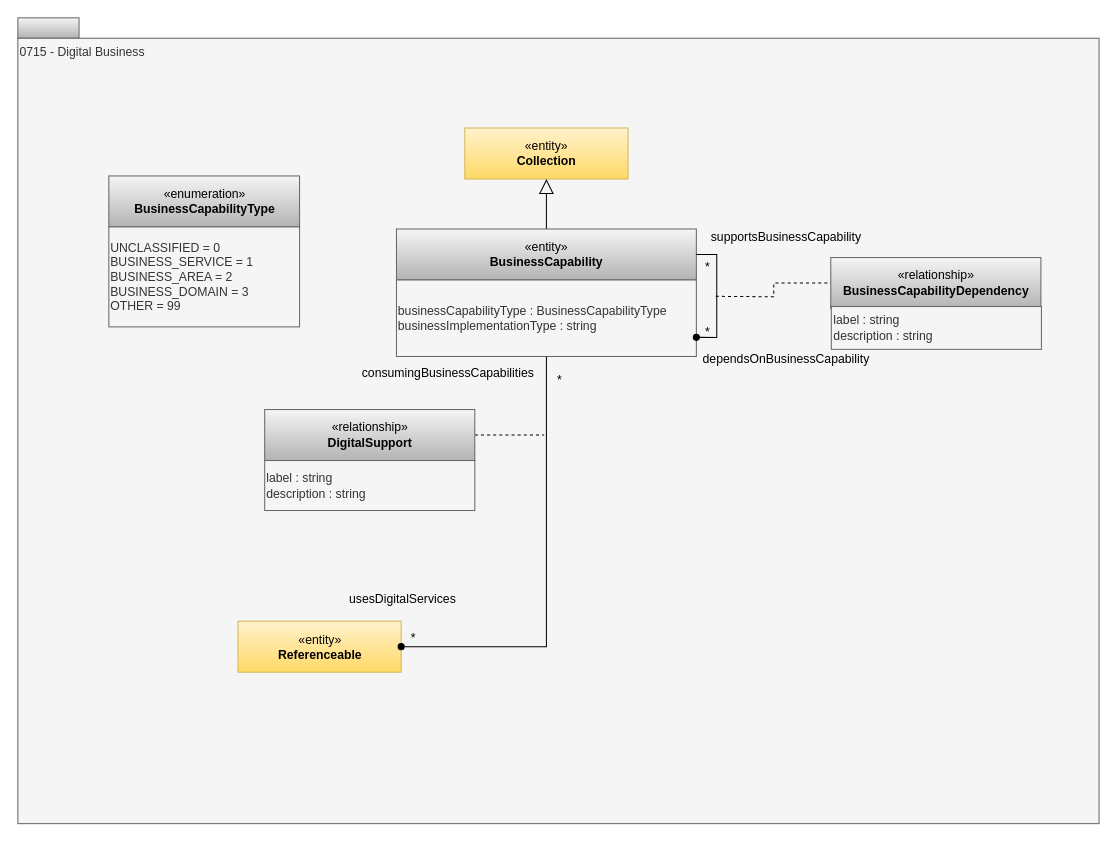
odpi/egeria-docs keeps this draw.io diagram as page "0715-Digital-Business" (6 of 20) of site/docs/types/7/area-7-lineage.drawio. Above is the earlier version. Source tidied: cells renumbered, new cells numbered last; positions are measured from the earlier drawing's top-left corner, leaving out a move shared by most shapes. Both pictures are drawn from the tidied source at 102%, with x=0, y=0 at pixel (17, 17).
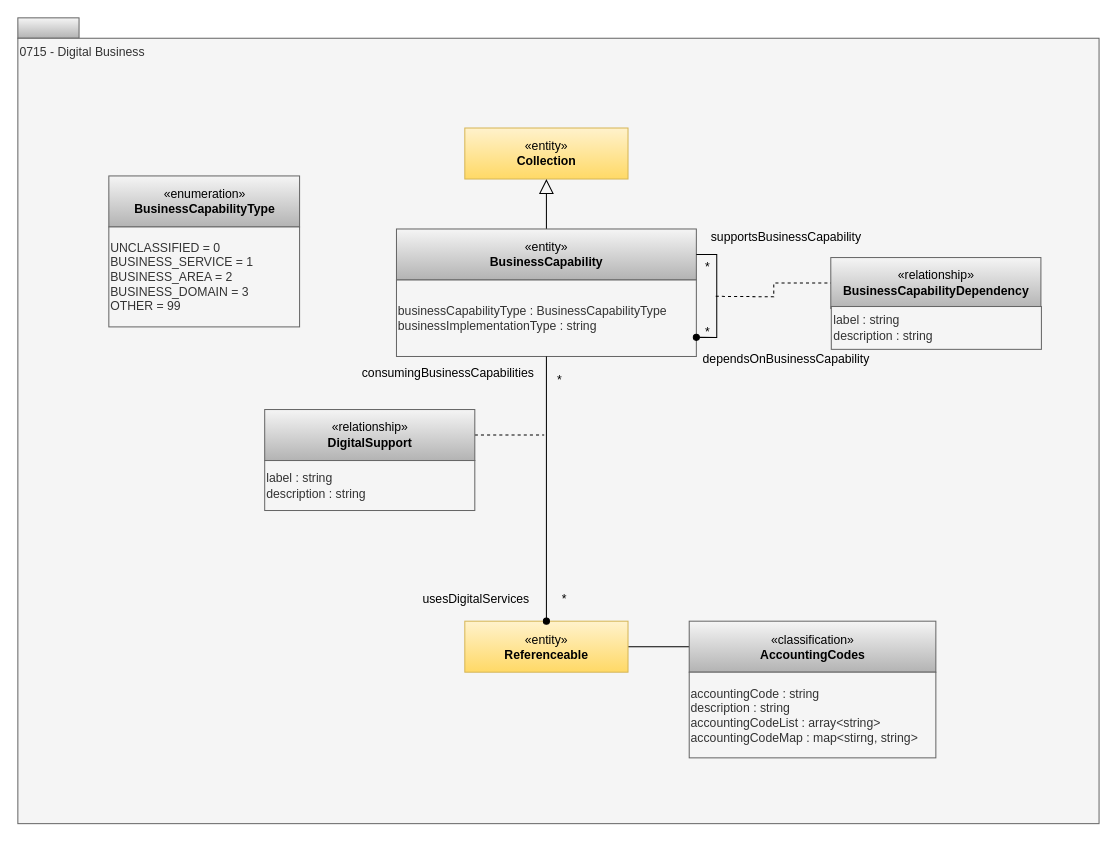
The same page after the edit.

The change refers to these unchanged cells:
```xml
<mxCell id="7" value="businessCapabilityType : BusinessCapabilityType&lt;br&gt;businessImplementationType : string" style="rounded=0;whiteSpace=wrap;html=1;strokeColor=#666666;align=left;fillColor=#f5f5f5;fontColor=#333333;" parent="1" vertex="1">
  <mxGeometry x="371.2" y="257" width="294" height="75" as="geometry" />
</mxCell>
```

Diff of the diagram source:
```diff
@@
     <mxCell id="14" value="usesDigitalServices" style="text;html=1;align=center;verticalAlign=top;spacingTop=-4;" parent="1" vertex="1">
-      <mxGeometry x="315.2" y="559.5" width="123" height="20" as="geometry" />
+      <mxGeometry x="387" y="559.5" width="123" height="20" as="geometry" />
     </mxCell>
@@
     <mxCell id="16" value="*" style="text;html=1;strokeColor=none;fillColor=none;align=center;verticalAlign=middle;whiteSpace=wrap;rounded=0;" parent="1" vertex="1">
-      <mxGeometry x="375" y="599" width="26" height="18" as="geometry" />
+      <mxGeometry x="523" y="560.5" width="26" height="18" as="geometry" />
     </mxCell>
+    <mxCell id="27" style="edgeStyle=orthogonalEdgeStyle;rounded=0;jettySize=auto;html=1;exitX=1;exitY=0.5;exitDx=0;exitDy=0;entryX=0;entryY=0.5;entryDx=0;entryDy=0;endArrow=none;endFill=0;" parent="1" edge="1" source="17" target="28">
+      <mxGeometry relative="1" as="geometry" />
+    </mxCell>
     <mxCell id="17" value="«entity»&lt;br&gt;&lt;b&gt;Referenceable&lt;/b&gt;" style="html=1;strokeColor=#d6b656;align=center;fillColor=#fff2cc;gradientColor=#ffd966;" parent="1" vertex="1">
-      <mxGeometry x="215.8" y="591.5" width="160" height="50" as="geometry" />
+      <mxGeometry x="438.2" y="591.5" width="160" height="50" as="geometry" />
     </mxCell>
-    <mxCell id="18" style="edgeStyle=orthogonalEdgeStyle;rounded=0;html=1;exitX=1;exitY=0.5;endArrow=none;endFill=0;jettySize=auto;exitDx=0;exitDy=0;startArrow=oval;startFill=1;entryX=0.5;entryY=1;entryDx=0;entryDy=0;" parent="1" edge="1" source="17" target="7">
+    <mxCell id="18" style="edgeStyle=orthogonalEdgeStyle;rounded=0;html=1;exitX=0.5;exitY=0;endArrow=none;endFill=0;jettySize=auto;exitDx=0;exitDy=0;startArrow=oval;startFill=1;entryX=0.5;entryY=1;entryDx=0;entryDy=0;" parent="1" edge="1" source="17" target="7">
       <mxGeometry relative="1" as="geometry" />
     </mxCell>
@@
+    <mxCell id="28" value="«classification»&lt;br&gt;&lt;b&gt;AccountingCodes&lt;/b&gt;" style="html=1;strokeColor=#666666;align=center;fillColor=#f5f5f5;gradientColor=#b3b3b3;" parent="1" vertex="1">
+      <mxGeometry x="658.2" y="591.5" width="241.8" height="50" as="geometry" />
+    </mxCell>
+    <mxCell id="29" value="accountingCode : string&lt;div&gt;description : string&lt;/div&gt;&lt;div&gt;accountingCodeList : array&amp;lt;string&amp;gt;&lt;/div&gt;&lt;div&gt;accountingCodeMap : map&amp;lt;stirng, string&amp;gt;&lt;/div&gt;" style="rounded=0;whiteSpace=wrap;html=1;strokeColor=#666666;align=left;fillColor=#f5f5f5;fontColor=#333333;" parent="1" vertex="1">
+      <mxGeometry x="658.2" y="641.5" width="241.8" height="84" as="geometry" />
+    </mxCell>
```
